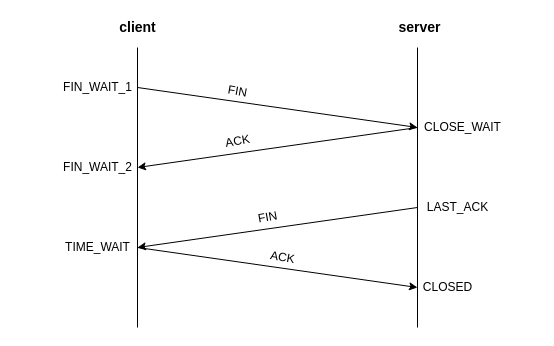
The draw.io diagram networking/TCP/TCP四次挥手.drawio in ruleless/ORG, before the edit. Source tidied: cells renumbered, new cells numbered last; positions are measured from the earlier drawing's top-left corner, leaving out a move shared by most shapes. Both pictures are drawn from the tidied source at 100%, with x=0, y=0 at pixel (57, 17).
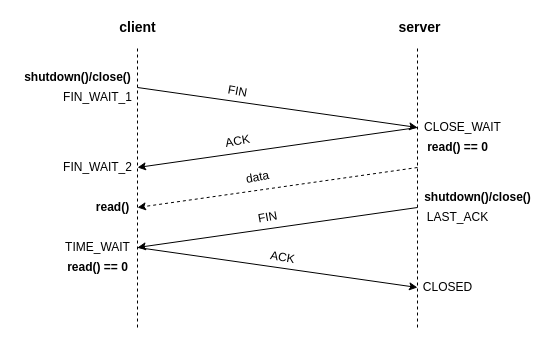
The same page after the edit.

Commit message:
优化四次挥手流程图

What changed in the source:
```diff
@@
-    <mxCell id="2" style="endArrow=none;html=1;" parent="1" edge="1">
+    <mxCell id="2" style="endArrow=none;html=1;dashed=1;" parent="1" edge="1">
       <mxGeometry relative="1" as="geometry">
         <mxPoint x="80" y="310" as="sourcePoint" />
         <mxPoint x="80" y="30" as="targetPoint" />
       </mxGeometry>
     </mxCell>
-    <mxCell id="3" style="endArrow=none;html=1;" parent="1" edge="1">
+    <mxCell id="3" style="endArrow=none;html=1;dashed=1;" parent="1" edge="1">
       <mxGeometry relative="1" as="geometry">
         <mxPoint x="360" y="310" as="sourcePoint" />
         <mxPoint x="360" y="30" as="targetPoint" />
       </mxGeometry>
     </mxCell>
@@
     <mxCell id="6" value="FIN_WAIT_1" style="text;html=1;align=center;verticalAlign=middle;fillColor=none;strokeColor=none;rounded=0;" parent="1" vertex="1">
-      <mxGeometry y="60" width="80" height="20" as="geometry" />
+      <mxGeometry y="70" width="80" height="20" as="geometry" />
     </mxCell>
@@
     <mxCell id="17" value="LAST_ACK" style="text;html=1;align=center;verticalAlign=middle;fillColor=none;strokeColor=none;rounded=0;" parent="1" vertex="1">
-      <mxGeometry x="360" y="180" width="80" height="20" as="geometry" />
+      <mxGeometry x="360" y="190" width="80" height="20" as="geometry" />
     </mxCell>
@@
+    <mxCell id="20" value="shutdown()/close()" style="text;html=1;align=center;verticalAlign=middle;fillColor=none;strokeColor=none;rounded=0;fontStyle=1;" parent="1" vertex="1">
+      <mxGeometry x="-40" y="50" width="120" height="20" as="geometry" />
+    </mxCell>
+    <mxCell id="21" value="shutdown()/close()" style="text;html=1;align=center;verticalAlign=middle;fillColor=none;strokeColor=none;rounded=0;fontStyle=1;" parent="1" vertex="1">
+      <mxGeometry x="360" y="170" width="120" height="20" as="geometry" />
+    </mxCell>
+    <mxCell id="22" value="read() == 0" style="text;html=1;align=center;verticalAlign=middle;fillColor=none;strokeColor=none;rounded=0;fontStyle=1;" parent="1" vertex="1">
+      <mxGeometry x="360" y="120" width="80" height="20" as="geometry" />
+    </mxCell>
+    <mxCell id="23" value="read() == 0" style="text;html=1;align=center;verticalAlign=middle;fillColor=none;strokeColor=none;rounded=0;fontStyle=1;" parent="1" vertex="1">
+      <mxGeometry y="240" width="80" height="20" as="geometry" />
+    </mxCell>
+    <mxCell id="24" style="endArrow=classic;html=1;dashed=1;" parent="1" edge="1">
+      <mxGeometry relative="1" as="geometry">
+        <mxPoint x="360" y="150" as="sourcePoint" />
+        <mxPoint x="80" y="190" as="targetPoint" />
+      </mxGeometry>
+    </mxCell>
+    <mxCell id="25" value="data" style="text;html=1;align=center;verticalAlign=middle;fillColor=none;strokeColor=none;rounded=0;rotation=-10;" parent="1" vertex="1">
+      <mxGeometry x="180" y="150" width="40" height="20" as="geometry" />
+    </mxCell>
+    <mxCell id="26" value="read()" style="text;html=1;align=center;verticalAlign=middle;fillColor=none;strokeColor=none;rounded=0;fontStyle=1;" parent="1" vertex="1">
+      <mxGeometry x="30" y="180" width="50" height="20" as="geometry" />
+    </mxCell>
```
